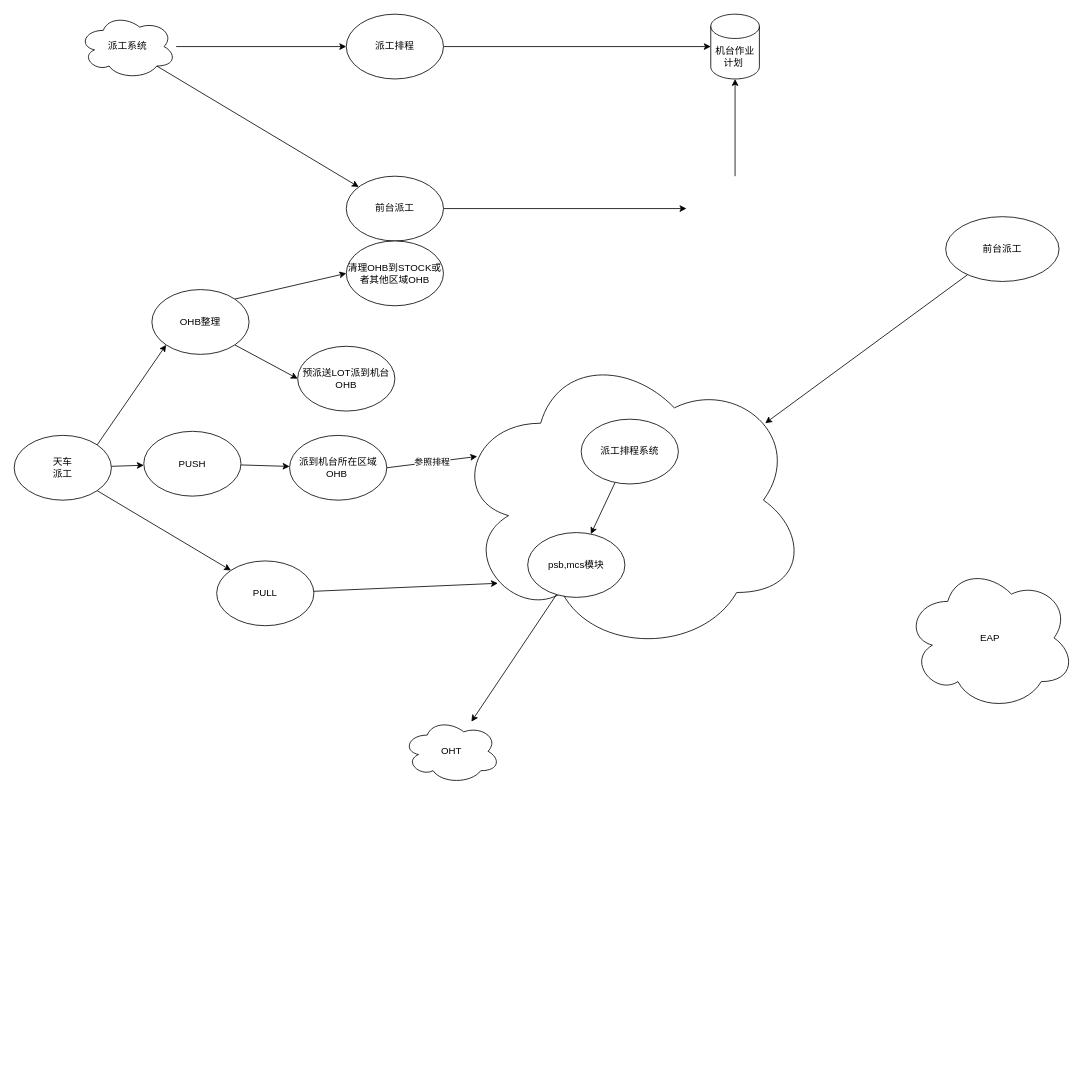
Above: 派工.drawio in qingchunji/drawio (draw.io), before the change. Source tidied: cells renumbered, new cells numbered last; positions are measured from the earlier drawing's top-left corner, leaving out a move shared by most shapes. Both pictures are drawn from the tidied source at 81%, with x=0, y=0 at pixel (14, 14).
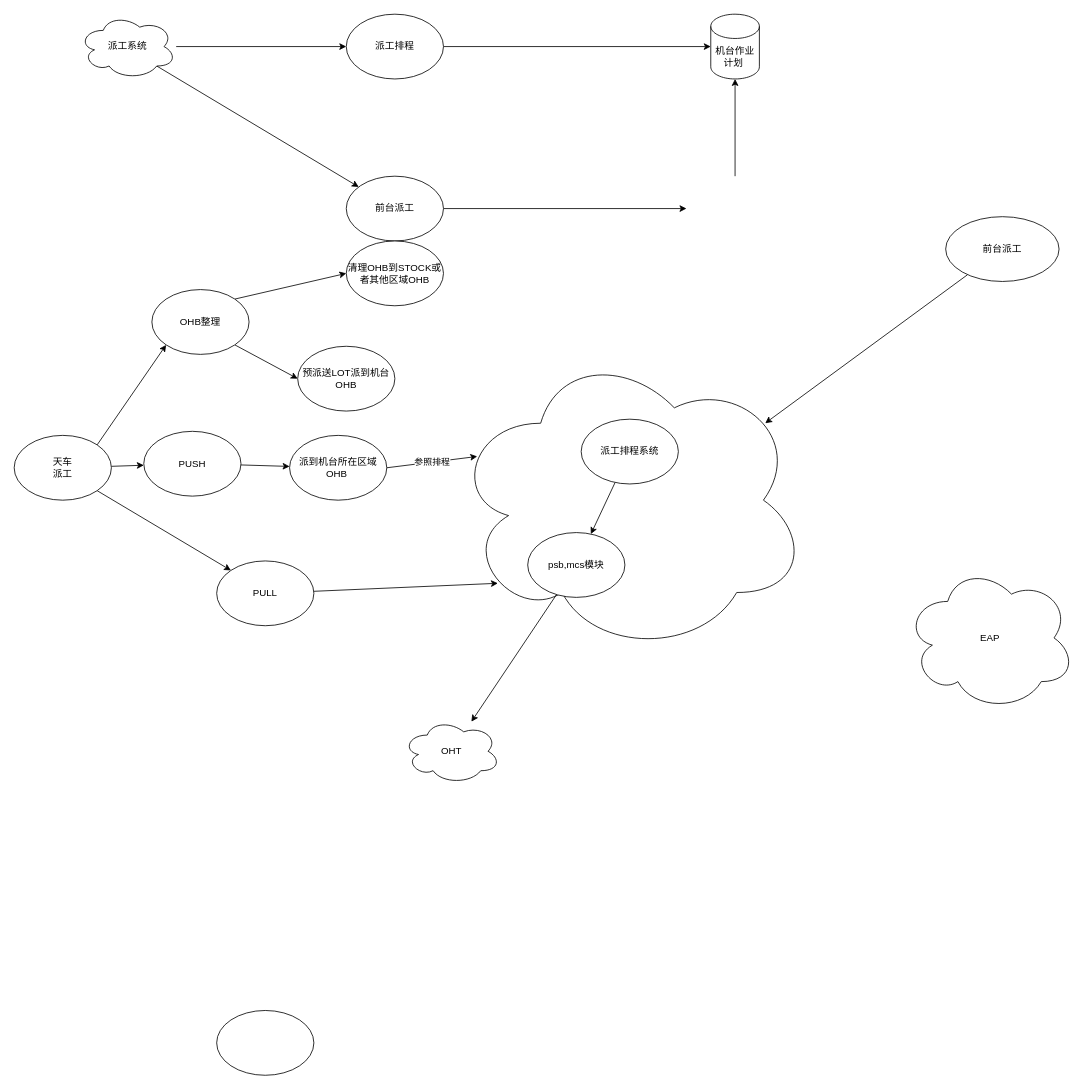
The same diagram, later.

Change to the diagram source:
```diff
@@
+    <mxCell id="35" style="ellipse;whiteSpace=wrap;html=1;" parent="1" vertex="1">
+      <mxGeometry x="250" y="1230" width="120" height="80" as="geometry" />
+    </mxCell>
```
